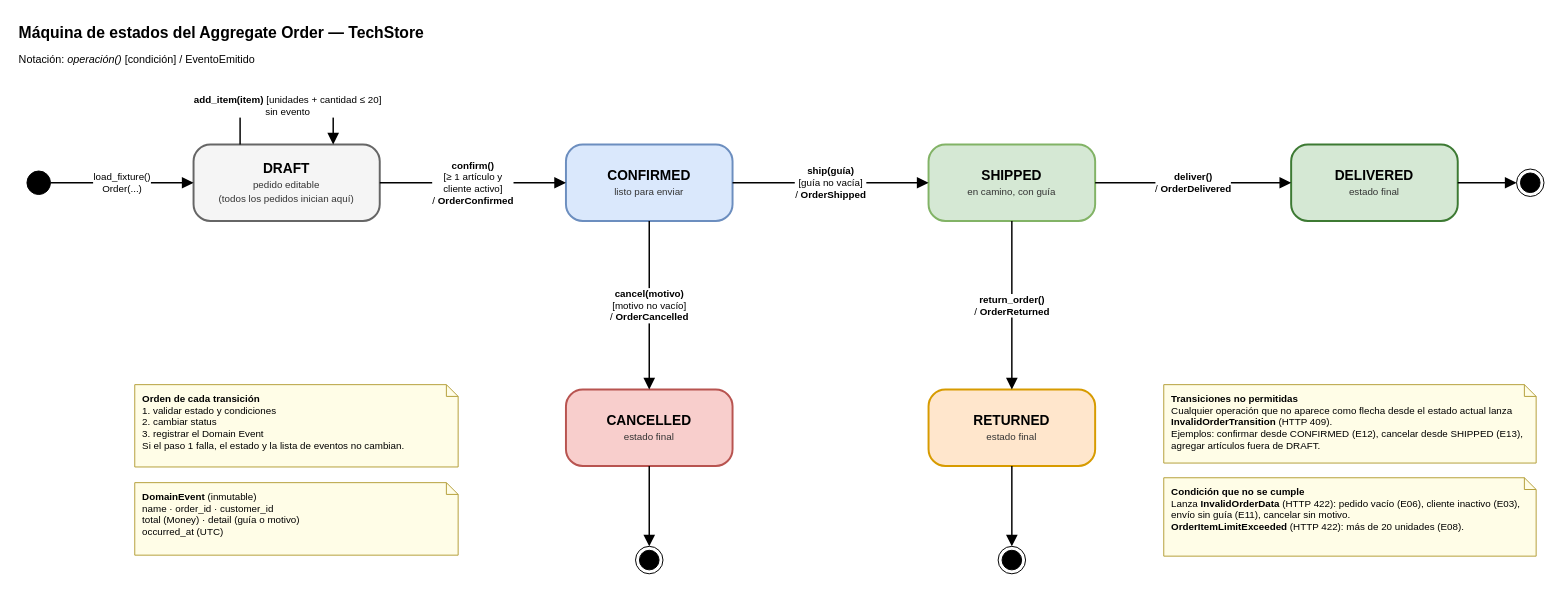
This is docs/diagrama-estados.drawio from RobertocSanchezf23/techstore_u4_equipo-12, a draw.io file, before an edit. Source tidied: cells renumbered, new cells numbered last; positions are measured from the earlier drawing's top-left corner, leaving out a move shared by most shapes. Both pictures are drawn from the tidied source at 98%, with x=0, y=0 at pixel (17, 17).
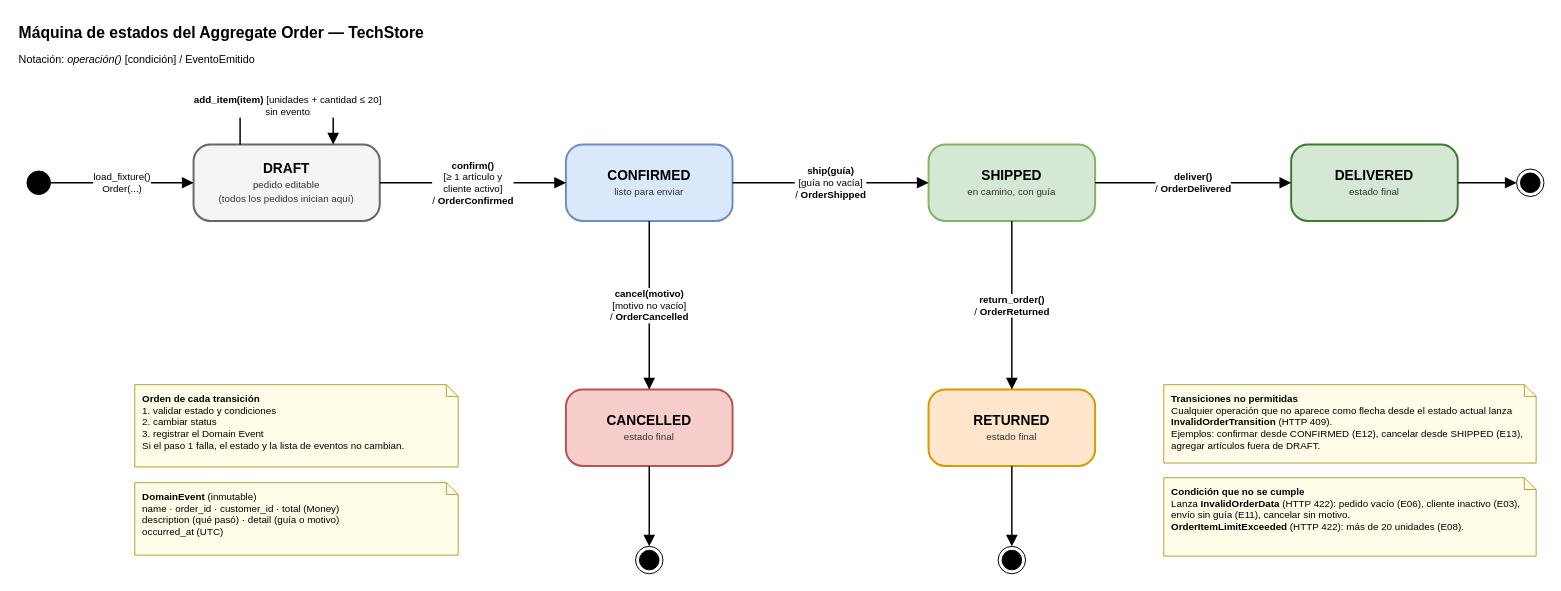
The same diagram, later.

Commit message (it also covers changes not shown here):
Actualiza evidencias, diagrama y reporte

Change to the diagram source:
```diff
@@
-    <mxCell id="27" value="&lt;b&gt;DomainEvent&lt;/b&gt; (inmutable)&lt;br/&gt;name · order_id · customer_id&lt;br/&gt;total (Money) · detail (guía o motivo)&lt;br/&gt;occurred_at (UTC)" style="shape=note;whiteSpace=wrap;html=1;size=12;align=left;verticalAlign=top;spacingLeft=6;spacingTop=2;fontSize=10;fillColor=#fffde7;strokeColor=#b59f3b;" parent="1" vertex="1">
+    <mxCell id="27" value="&lt;b&gt;DomainEvent&lt;/b&gt; (inmutable)&lt;br/&gt;name · order_id · customer_id · total (Money)&lt;br/&gt;description (qué pasó) · detail (guía o motivo)&lt;br/&gt;occurred_at (UTC)" style="shape=note;whiteSpace=wrap;html=1;size=12;align=left;verticalAlign=top;spacingLeft=6;spacingTop=2;fontSize=10;fillColor=#fffde7;strokeColor=#b59f3b;" parent="1" vertex="1">
       <mxGeometry x="120" y="475" width="330" height="74" as="geometry" />
     </mxCell>
```
